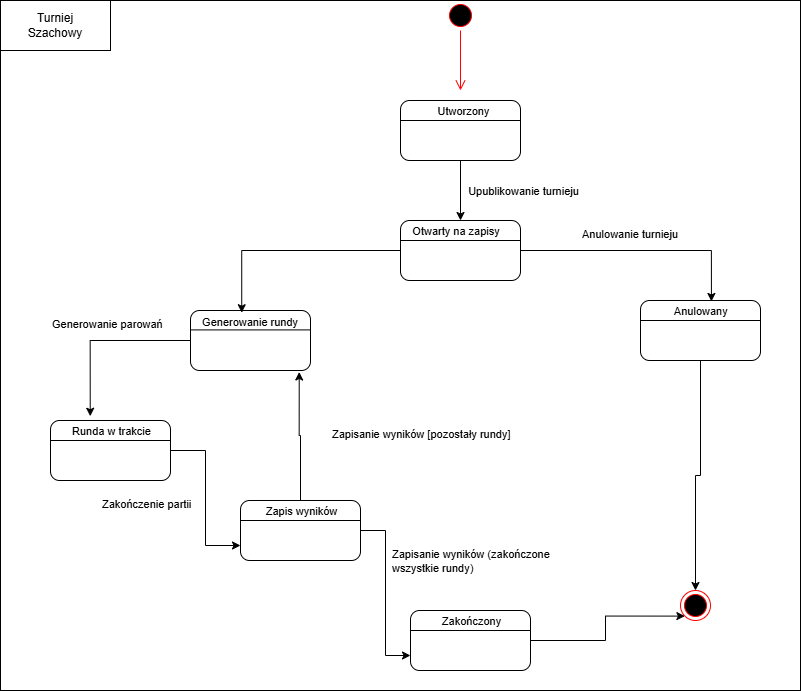
Earlier version of the draw.io export diagramy uml/diagramy/Diagram stanow.png (Winchesss/IO-projekt). Source tidied: cells renumbered, new cells last; positions are measured from the earlier drawing's top-left corner, leaving out a move shared by most shapes.
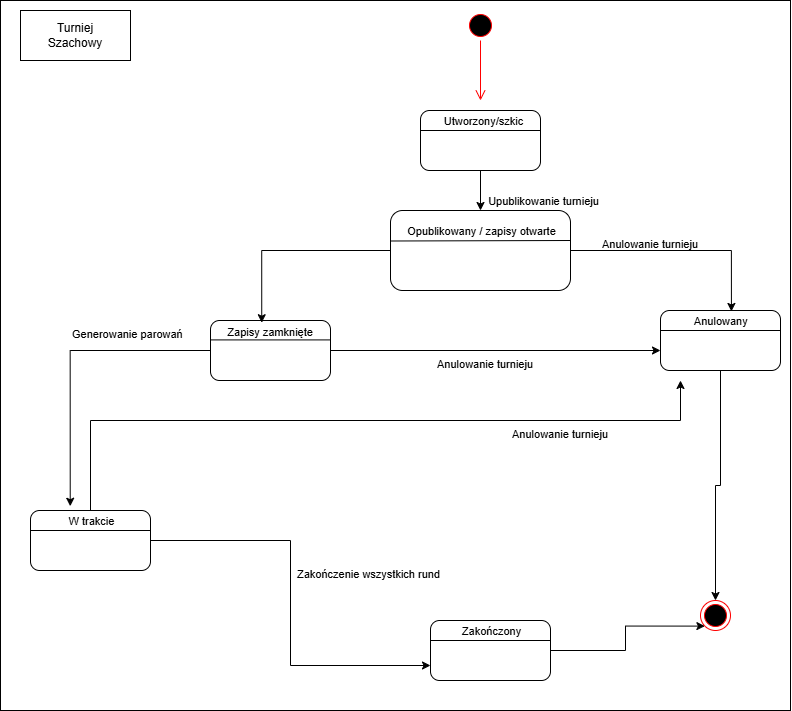
The same file after the commit.

Change to the diagram source:
```diff
@@ -19,7 +19,7 @@
         <mxPoint x="4" y="-11" as="offset" />
       </mxGeometry>
     </mxCell>
-    <mxCell id="6" value="Utworzony" style="edgeLabel;html=1;align=center;verticalAlign=middle;" parent="4" vertex="1">
+    <mxCell id="6" value="Utworzony/szkic" style="edgeLabel;html=1;align=center;verticalAlign=middle;" parent="4" vertex="1">
       <mxGeometry x="0.04" y="10" relative="1" as="geometry" />
     </mxCell>
     <mxCell id="7" style="edgeStyle=orthogonalEdgeStyle;rounded=0;jettySize=auto;html=1;entryX=0.5;entryY=0;entryDx=0;entryDy=0;" parent="1" edge="1" source="8" target="17">
@@ -29,23 +29,26 @@
       <mxGeometry x="640" y="300" width="120" height="60" as="geometry" />
     </mxCell>
     <mxCell id="9" style="rounded=1;whiteSpace=wrap;html=1;" parent="1" vertex="1">
-      <mxGeometry x="400" y="220" width="120" height="60" as="geometry" />
+      <mxGeometry x="370" y="200" width="180" height="80" as="geometry" />
     </mxCell>
     <mxCell id="10" style="rounded=1;whiteSpace=wrap;html=1;" parent="1" vertex="1">
       <mxGeometry x="190" y="310" width="120" height="60" as="geometry" />
     </mxCell>
-    <mxCell id="11" style="edgeStyle=orthogonalEdgeStyle;rounded=0;jettySize=auto;html=1;entryX=0;entryY=0.75;entryDx=0;entryDy=0;" parent="1" edge="1" source="12" target="14">
-      <mxGeometry relative="1" as="geometry" />
-    </mxCell>
+    <mxCell id="45" style="edgeStyle=orthogonalEdgeStyle;rounded=0;jettySize=auto;html=1;" parent="1" edge="1" source="12">
+      <mxGeometry relative="1" as="geometry">
+        <mxPoint x="660" y="370" as="targetPoint" />
+        <Array as="points">
+          <mxPoint x="70" y="410" />
+          <mxPoint x="660" y="410" />
+        </Array>
+      </mxGeometry>
+    </mxCell>
+    <mxCell id="46" style="edgeStyle=orthogonalEdgeStyle;rounded=0;jettySize=auto;html=1;entryX=0;entryY=0.75;entryDx=0;entryDy=0;" parent="1" edge="1" source="12" target="16">
+      <mxGeometry relative="1" as="geometry" />
+    </mxCell>
     <mxCell id="12" style="rounded=1;whiteSpace=wrap;html=1;" parent="1" vertex="1">
-      <mxGeometry x="50" y="420" width="120" height="60" as="geometry" />
+      <mxGeometry x="10" y="500" width="120" height="60" as="geometry" />
     </mxCell>
-    <mxCell id="13" style="edgeStyle=orthogonalEdgeStyle;rounded=0;jettySize=auto;html=1;entryX=0;entryY=0.75;entryDx=0;entryDy=0;" parent="1" edge="1" source="14" target="16">
-      <mxGeometry relative="1" as="geometry" />
-    </mxCell>
-    <mxCell id="14" style="rounded=1;whiteSpace=wrap;html=1;" parent="1" vertex="1">
-      <mxGeometry x="240" y="500" width="120" height="60" as="geometry" />
-    </mxCell>
     <mxCell id="15" style="edgeStyle=orthogonalEdgeStyle;rounded=0;jettySize=auto;html=1;entryX=0;entryY=1;entryDx=0;entryDy=0;" parent="1" edge="1" source="16" target="17">
       <mxGeometry relative="1" as="geometry" />
     </mxCell>
@@ -69,16 +72,13 @@
     <mxCell id="21" style="edgeStyle=orthogonalEdgeStyle;rounded=0;jettySize=auto;html=1;entryX=0.427;entryY=0.037;entryDx=0;entryDy=0;entryPerimeter=0;" parent="1" edge="1" source="9" target="10">
       <mxGeometry relative="1" as="geometry" />
     </mxCell>
-    <mxCell id="22" style="edgeStyle=orthogonalEdgeStyle;rounded=0;jettySize=auto;html=1;entryX=0.906;entryY=1.025;entryDx=0;entryDy=0;entryPerimeter=0;" parent="1" edge="1" source="14" target="10">
-      <mxGeometry relative="1" as="geometry" />
-    </mxCell>
     <mxCell id="23" style="edgeStyle=orthogonalEdgeStyle;rounded=0;jettySize=auto;html=1;entryX=0.331;entryY=-0.071;entryDx=0;entryDy=0;entryPerimeter=0;" parent="1" edge="1" source="10" target="12">
       <mxGeometry relative="1" as="geometry" />
     </mxCell>
-    <mxCell id="24" style="endArrow=none;html=1;rounded=0;entryX=1;entryY=0.25;entryDx=0;entryDy=0;exitX=0;exitY=0.25;exitDx=0;exitDy=0;" parent="1" edge="1">
+    <mxCell id="24" style="endArrow=none;html=1;rounded=0;entryX=1.002;entryY=0.395;entryDx=0;entryDy=0;entryPerimeter=0;" parent="1" edge="1">
       <mxGeometry relative="1" as="geometry">
-        <mxPoint x="400" y="240" as="sourcePoint" />
-        <mxPoint x="520" y="240" as="targetPoint" />
+        <mxPoint x="370" y="230.5" as="sourcePoint" />
+        <mxPoint x="550.4" y="230" as="targetPoint" />
       </mxGeometry>
     </mxCell>
     <mxCell id="25" style="endArrow=none;html=1;rounded=0;entryX=1;entryY=0.25;entryDx=0;entryDy=0;exitX=0;exitY=0.25;exitDx=0;exitDy=0;" parent="1" edge="1">
@@ -95,44 +95,35 @@
     </mxCell>
     <mxCell id="27" style="endArrow=none;html=1;rounded=0;entryX=1;entryY=0.25;entryDx=0;entryDy=0;exitX=0;exitY=0.25;exitDx=0;exitDy=0;" parent="1" edge="1">
       <mxGeometry relative="1" as="geometry">
-        <mxPoint x="50" y="440" as="sourcePoint" />
-        <mxPoint x="170" y="440" as="targetPoint" />
+        <mxPoint x="10" y="520" as="sourcePoint" />
+        <mxPoint x="130" y="520" as="targetPoint" />
       </mxGeometry>
     </mxCell>
-    <mxCell id="28" style="endArrow=none;html=1;rounded=0;entryX=1;entryY=0.25;entryDx=0;entryDy=0;exitX=0;exitY=0.25;exitDx=0;exitDy=0;" parent="1" edge="1">
-      <mxGeometry relative="1" as="geometry">
-        <mxPoint x="240" y="520" as="sourcePoint" />
-        <mxPoint x="360" y="520" as="targetPoint" />
-      </mxGeometry>
-    </mxCell>
     <mxCell id="29" style="endArrow=none;html=1;rounded=0;entryX=1;entryY=0.25;entryDx=0;entryDy=0;exitX=0;exitY=0.25;exitDx=0;exitDy=0;" parent="1" edge="1">
       <mxGeometry relative="1" as="geometry">
         <mxPoint x="410" y="630" as="sourcePoint" />
         <mxPoint x="530" y="630" as="targetPoint" />
       </mxGeometry>
     </mxCell>
-    <mxCell id="30" value="&amp;nbsp; &amp;nbsp;Generowanie rundy" style="edgeLabel;html=1;align=center;verticalAlign=middle;" parent="1" vertex="1">
+    <mxCell id="30" value="&amp;nbsp; &amp;nbsp;Zapisy zamknięte" style="edgeLabel;html=1;align=center;verticalAlign=middle;" parent="1" vertex="1">
       <mxGeometry x="270" y="320" as="geometry">
         <mxPoint x="-26" y="1" as="offset" />
       </mxGeometry>
     </mxCell>
-    <mxCell id="31" value="Runda w trakcie" style="edgeLabel;html=1;align=center;verticalAlign=middle;" parent="1" vertex="1">
-      <mxGeometry x="110" y="430" as="geometry" />
+    <mxCell id="31" value="W trakcie" style="edgeLabel;html=1;align=center;verticalAlign=middle;" parent="1" vertex="1">
+      <mxGeometry x="70" y="510" as="geometry" />
     </mxCell>
-    <mxCell id="32" value="Zapis wyników" style="edgeLabel;html=1;align=center;verticalAlign=middle;" parent="1" vertex="1">
-      <mxGeometry x="300" y="510" as="geometry" />
-    </mxCell>
     <mxCell id="33" value="Zakończony" style="edgeLabel;html=1;align=center;verticalAlign=middle;" parent="1" vertex="1">
       <mxGeometry x="470" y="620" as="geometry" />
     </mxCell>
     <mxCell id="34" value="&amp;nbsp; &amp;nbsp;Anulowany" style="edgeLabel;html=1;align=center;verticalAlign=middle;" parent="1" vertex="1">
       <mxGeometry x="695" y="310" as="geometry" />
     </mxCell>
-    <mxCell id="35" value="&amp;nbsp; &amp;nbsp;Otwarty na zapisy" style="edgeLabel;html=1;align=center;verticalAlign=middle;" parent="1" vertex="1">
-      <mxGeometry x="450" y="230" as="geometry" />
+    <mxCell id="35" value="Opublikowany / zapisy otwarte" style="edgeLabel;html=1;align=center;verticalAlign=middle;" parent="1" vertex="1">
+      <mxGeometry x="460" y="220" as="geometry" />
     </mxCell>
     <mxCell id="36" style="verticalLabelPosition=bottom;verticalAlign=top;html=1;shape=mxgraph.basic.rect;fillColor2=none;strokeWidth=1;size=20;indent=5;fillColor=none;" parent="1" vertex="1">
-      <mxGeometry width="800" height="690" as="geometry" />
+      <mxGeometry x="-20" y="-10" width="790" height="710" as="geometry" />
     </mxCell>
     <mxCell id="37" style="verticalLabelPosition=bottom;verticalAlign=top;html=1;shape=mxgraph.basic.rect;fillColor2=none;strokeWidth=1;size=20;indent=5;" parent="1" vertex="1">
       <mxGeometry width="110" height="50" as="geometry" />
@@ -151,14 +142,19 @@
     <mxCell id="41" value="&lt;span style=&quot;color: rgb(0, 0, 0); font-family: Helvetica; font-size: 11px; font-style: normal; font-variant-ligatures: normal; font-variant-caps: normal; font-weight: 400; letter-spacing: normal; orphans: 2; text-align: center; text-indent: 0px; text-transform: none; widows: 2; word-spacing: 0px; -webkit-text-stroke-width: 0px; white-space: nowrap; background-color: rgb(255, 255, 255); text-decoration-thickness: initial; text-decoration-style: initial; text-decoration-color: initial; float: none; display: inline !important;&quot;&gt;Generowanie parowań&lt;/span&gt;" style="text;whiteSpace=wrap;html=1;" parent="1" vertex="1">
       <mxGeometry x="50" y="310" width="140" height="40" as="geometry" />
     </mxCell>
-    <mxCell id="42" value="&lt;span style=&quot;color: rgb(0, 0, 0); font-family: Helvetica; font-size: 11px; font-style: normal; font-variant-ligatures: normal; font-variant-caps: normal; font-weight: 400; letter-spacing: normal; orphans: 2; text-align: center; text-indent: 0px; text-transform: none; widows: 2; word-spacing: 0px; -webkit-text-stroke-width: 0px; white-space: nowrap; background-color: rgb(255, 255, 255); text-decoration-thickness: initial; text-decoration-style: initial; text-decoration-color: initial; float: none; display: inline !important;&quot;&gt;Zapisanie wyników&amp;nbsp;[pozostały rundy]&lt;/span&gt;" style="text;whiteSpace=wrap;html=1;" parent="1" vertex="1">
-      <mxGeometry x="330" y="420" width="140" height="40" as="geometry" />
-    </mxCell>
-    <mxCell id="43" value="&lt;span style=&quot;color: rgb(0, 0, 0); font-family: Helvetica; font-size: 11px; font-style: normal; font-variant-ligatures: normal; font-variant-caps: normal; font-weight: 400; letter-spacing: normal; orphans: 2; text-align: center; text-indent: 0px; text-transform: none; widows: 2; word-spacing: 0px; -webkit-text-stroke-width: 0px; white-space: nowrap; background-color: rgb(255, 255, 255); text-decoration-thickness: initial; text-decoration-style: initial; text-decoration-color: initial; float: none; display: inline !important;&quot;&gt;Zakończenie partii&lt;/span&gt;" style="text;whiteSpace=wrap;html=1;" parent="1" vertex="1">
-      <mxGeometry x="100" y="490" width="140" height="40" as="geometry" />
-    </mxCell>
-    <mxCell id="44" value="&lt;span style=&quot;color: rgb(0, 0, 0); font-family: Helvetica; font-size: 11px; font-style: normal; font-variant-ligatures: normal; font-variant-caps: normal; font-weight: 400; letter-spacing: normal; orphans: 2; text-align: center; text-indent: 0px; text-transform: none; widows: 2; word-spacing: 0px; -webkit-text-stroke-width: 0px; white-space: nowrap; background-color: rgb(255, 255, 255); text-decoration-thickness: initial; text-decoration-style: initial; text-decoration-color: initial; float: none; display: inline !important;&quot;&gt;Zapisanie wyników (zakończone&amp;nbsp;&lt;/span&gt;&lt;div&gt;&lt;span style=&quot;color: rgb(0, 0, 0); font-family: Helvetica; font-size: 11px; font-style: normal; font-variant-ligatures: normal; font-variant-caps: normal; font-weight: 400; letter-spacing: normal; orphans: 2; text-align: center; text-indent: 0px; text-transform: none; widows: 2; word-spacing: 0px; -webkit-text-stroke-width: 0px; white-space: nowrap; background-color: rgb(255, 255, 255); text-decoration-thickness: initial; text-decoration-style: initial; text-decoration-color: initial; float: none; display: inline !important;&quot;&gt;wszystkie rundy)&lt;/span&gt;&lt;/div&gt;" style="text;whiteSpace=wrap;html=1;" parent="1" vertex="1">
-      <mxGeometry x="390" y="540" width="140" height="40" as="geometry" />
+    <mxCell id="44" value="&lt;div style=&quot;text-align: center;&quot;&gt;&lt;span style=&quot;background-color: transparent; font-size: 11px; text-wrap-mode: nowrap;&quot;&gt;Zakończenie wszystkich rund&lt;/span&gt;&lt;/div&gt;" style="text;whiteSpace=wrap;html=1;" parent="1" vertex="1">
+      <mxGeometry x="275" y="550" width="140" height="40" as="geometry" />
     </mxCell>
+    <mxCell id="47" style="edgeStyle=orthogonalEdgeStyle;rounded=0;jettySize=auto;html=1;" parent="1" edge="1" source="10">
+      <mxGeometry relative="1" as="geometry">
+        <mxPoint x="640" y="340" as="targetPoint" />
+      </mxGeometry>
+    </mxCell>
+    <mxCell id="48" value="&lt;span style=&quot;color: rgb(0, 0, 0); font-family: Helvetica; font-size: 11px; font-style: normal; font-variant-ligatures: normal; font-variant-caps: normal; font-weight: 400; letter-spacing: normal; orphans: 2; text-align: center; text-indent: 0px; text-transform: none; widows: 2; word-spacing: 0px; -webkit-text-stroke-width: 0px; white-space: nowrap; background-color: rgb(255, 255, 255); text-decoration-thickness: initial; text-decoration-style: initial; text-decoration-color: initial; float: none; display: inline !important;&quot;&gt;Anulowanie turnieju&lt;/span&gt;" style="text;whiteSpace=wrap;html=1;" parent="1" vertex="1">
+      <mxGeometry x="415" y="340" width="140" height="40" as="geometry" />
+    </mxCell>
+    <mxCell id="49" value="&lt;span style=&quot;color: rgb(0, 0, 0); font-family: Helvetica; font-size: 11px; font-style: normal; font-variant-ligatures: normal; font-variant-caps: normal; font-weight: 400; letter-spacing: normal; orphans: 2; text-align: center; text-indent: 0px; text-transform: none; widows: 2; word-spacing: 0px; -webkit-text-stroke-width: 0px; white-space: nowrap; background-color: rgb(255, 255, 255); text-decoration-thickness: initial; text-decoration-style: initial; text-decoration-color: initial; float: none; display: inline !important;&quot;&gt;Anulowanie turnieju&lt;/span&gt;" style="text;whiteSpace=wrap;html=1;" parent="1" vertex="1">
+      <mxGeometry x="490" y="410" width="140" height="40" as="geometry" />
+    </mxCell>
   </root>
 </mxGraphModel>
```
